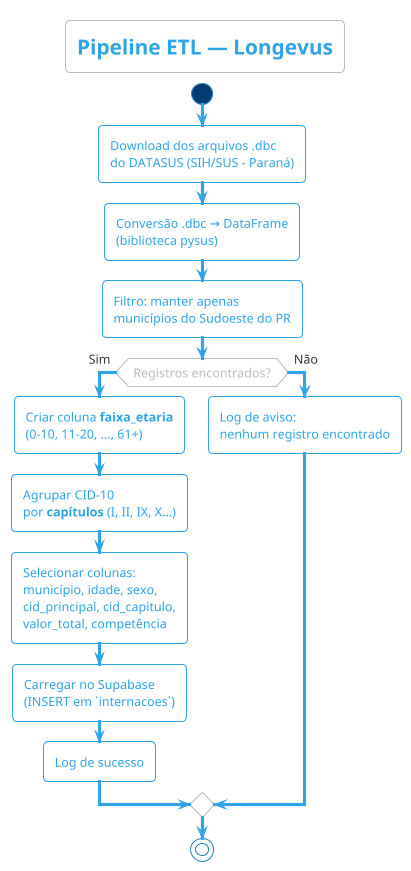
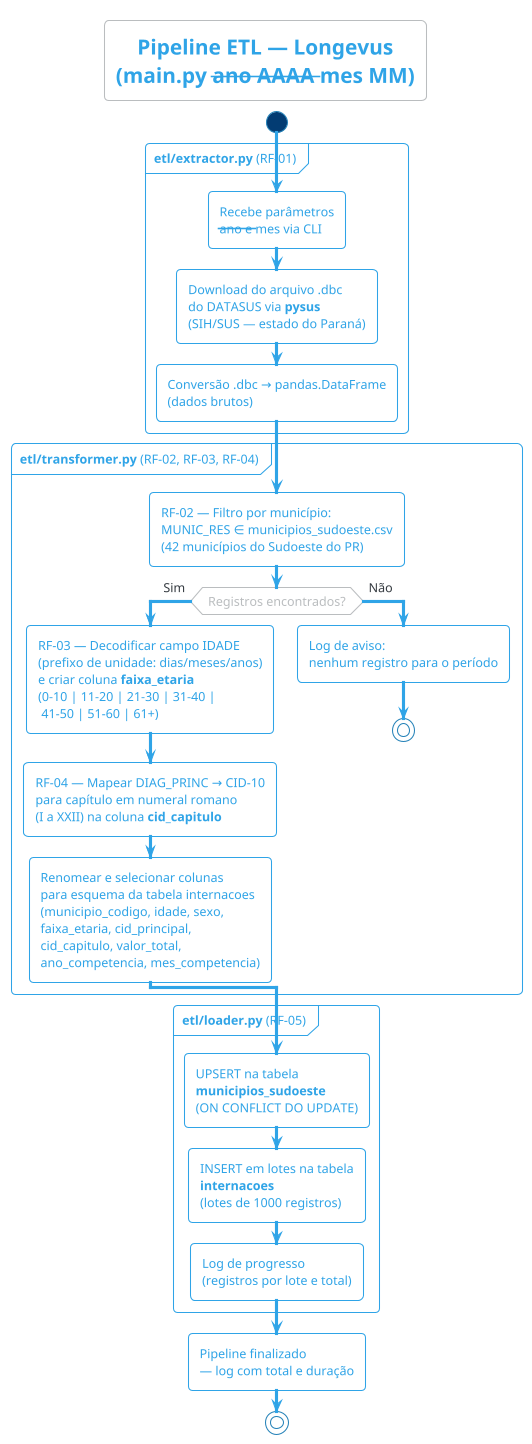
@startuml fluxo_etl
!theme cerulean-outline
- title Pipeline ETL — Longevus
+ title Pipeline ETL — Longevus\n(main.py --ano AAAA --mes MM)

start

- :Download dos arquivos .dbc\ndo DATASUS (SIH/SUS - Paraná);
+ partition "**etl/extractor.py** (RF-01)" {
+   :Recebe parâmetros\n--ano e --mes via CLI;

- :Conversão .dbc → DataFrame\n(biblioteca pysus);
+   :Download do arquivo .dbc\ndo DATASUS via **pysus**\n(SIH/SUS — estado do Paraná);

- :Filtro: manter apenas\nmunicípios do Sudoeste do PR;
+   :Conversão .dbc → pandas.DataFrame\n(dados brutos);
+ }

- if (Registros encontrados?) then (Sim)
-   :Criar coluna **faixa_etaria**\n(0-10, 11-20, ..., 61+);
+ partition "**etl/transformer.py** (RF-02, RF-03, RF-04)" {
+   :RF-02 — Filtro por município:\nMUNIC_RES ∈ municipios_sudoeste.csv\n(42 municípios do Sudoeste do PR);

-   :Agrupar CID-10\npor **capítulos** (I, II, IX, X...);
+   if (Registros encontrados?) then (Sim)
+     :RF-03 — Decodificar campo IDADE\n(prefixo de unidade: dias/meses/anos)\ne criar coluna **faixa_etaria**\n(0-10 | 11-20 | 21-30 | 31-40 |\n 41-50 | 51-60 | 61+);

-   :Selecionar colunas:\nmunicípio, idade, sexo,\ncid_principal, cid_capitulo,\nvalor_total, competência;
+     :RF-04 — Mapear DIAG_PRINC → CID-10\npara capítulo em numeral romano\n(I a XXII) na coluna **cid_capitulo**;

-   :Carregar no Supabase\n(INSERT em `internacoes`);
+     :Renomear e selecionar colunas\npara esquema da tabela internacoes\n(municipio_codigo, idade, sexo,\nfaixa_etaria, cid_principal,\ncid_capitulo, valor_total,\nano_competencia, mes_competencia);
+   else (Não)
+     :Log de aviso:\nnenhum registro para o período;
+     stop
+   endif
+ }

-   :Log de sucesso;
- else (Não)
-   :Log de aviso:\nnenhum registro encontrado;
- endif
+ partition "**etl/loader.py** (RF-05)" {
+   :UPSERT na tabela\n**municipios_sudoeste**\n(ON CONFLICT DO UPDATE);
+ 
+   :INSERT em lotes na tabela\n**internacoes**\n(lotes de 1000 registros);
+ 
+   :Log de progresso\n(registros por lote e total);
+ }
+ 
+ :Pipeline finalizado\n— log com total e duração;

stop

@enduml
